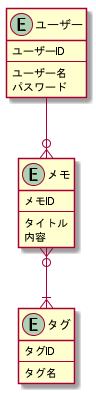
Before: arc/db/logical.png, a diagram exported from PlantUML (ddddddO/memo). Source of this version:
```plantuml
@startuml

entity "ユーザー" as user {
  ユーザーID
  --
  ユーザー名
  パスワード
}

entity "メモ" as memo {
  メモID
  --
  タイトル
  内容
}

entity "タグ" as tag {
  タグID
  --
  タグ名
}


user --o{ memo
memo }o--|{ tag


@enduml
```
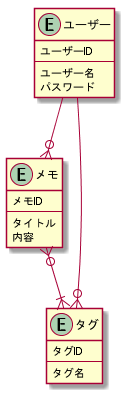
After the change.

Diff of the diagram source:
```diff
@@ -23,6 +23,6 @@
 
 user --o{ memo
 memo }o--|{ tag
-
+user --o{ tag
 
 @enduml
```
